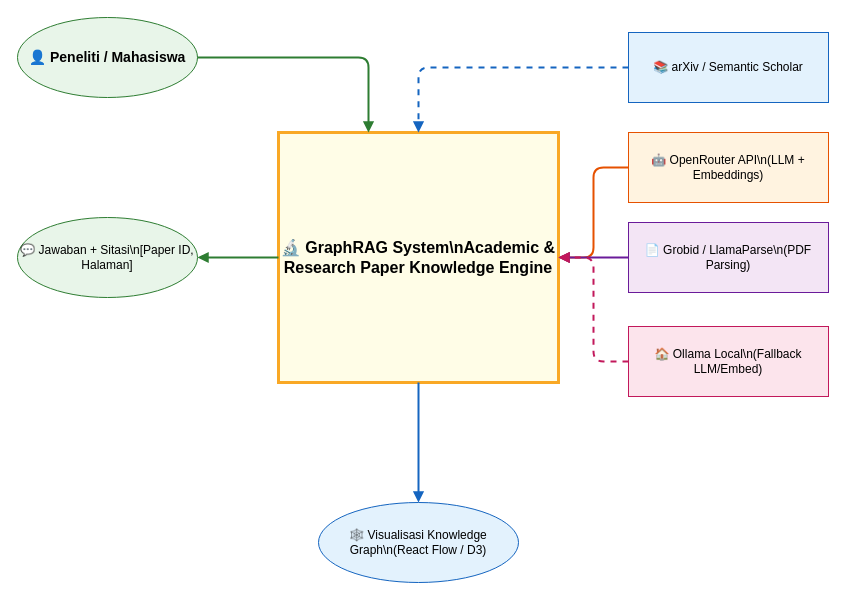
The draw.io diagram page "System Context Diagram" (1 of 4) of Capstone-Drawings-Rapi.drawio in wagi1922/Academic-Research-Paper-GraphRAG, before the edit. Source tidied: cells renumbered, new cells numbered last; positions are measured from the earlier drawing's top-left corner, leaving out a move shared by most shapes. Both pictures are drawn from the tidied source at 100%, with x=0, y=0 at pixel (17, 17).
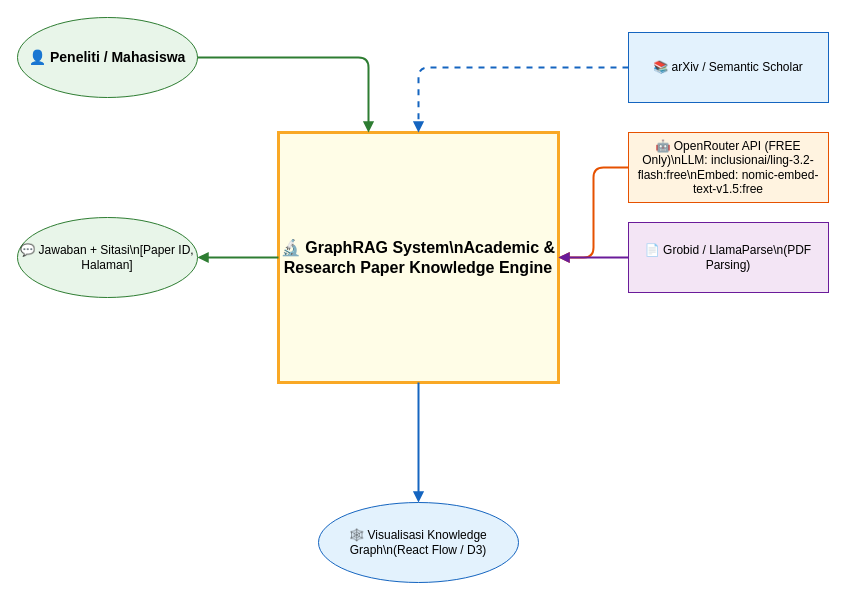
The same page after the edit.

Change to the diagram source:
```diff
@@
 <mxGraphModel>
   <root>
     <mxCell id="0" />
     <mxCell id="1" parent="0" />
     <mxCell id="2" value="👤 Peneliti / Mahasiswa" style="shape=ellipse;whiteSpace=wrap;html=1;fillColor=#E8F5E9;strokeColor=#2E7D32;fontSize=14;fontStyle=1;" parent="1" vertex="1">
       <mxGeometry width="180" height="80" as="geometry" />
     </mxCell>
     <mxCell id="3" value="📚 arXiv / Semantic Scholar" style="shape=rectangle;whiteSpace=wrap;html=1;fillColor=#E3F2FD;strokeColor=#1565C0;fontSize=12;" parent="1" vertex="1">
       <mxGeometry x="611" y="15" width="200" height="70" as="geometry" />
     </mxCell>
-    <mxCell id="4" value="🤖 OpenRouter API\n(LLM + Embeddings)" style="shape=rectangle;whiteSpace=wrap;html=1;fillColor=#FFF3E0;strokeColor=#E65100;fontSize=12;" parent="1" vertex="1">
+    <mxCell id="4" value="🤖 OpenRouter API (FREE Only)\nLLM: inclusionai/ling-3.2-flash:free\nEmbed: nomic-embed-text-v1.5:free" style="shape=rectangle;whiteSpace=wrap;html=1;fillColor=#FFF3E0;strokeColor=#E65100;fontSize=12;" parent="1" vertex="1">
       <mxGeometry x="611" y="115" width="200" height="70" as="geometry" />
     </mxCell>
     <mxCell id="5" value="📄 Grobid / LlamaParse\n(PDF Parsing)" style="shape=rectangle;whiteSpace=wrap;html=1;fillColor=#F3E5F5;strokeColor=#6A1B9A;fontSize=12;" parent="1" vertex="1">
       <mxGeometry x="611" y="205" width="200" height="70" as="geometry" />
     </mxCell>
-    <mxCell id="6" value="🏠 Ollama Local\n(Fallback LLM/Embed)" style="shape=rectangle;whiteSpace=wrap;html=1;fillColor=#FCE4EC;strokeColor=#C2185B;fontSize=12;" parent="1" vertex="1">
-      <mxGeometry x="611" y="309" width="200" height="70" as="geometry" />
-    </mxCell>
     <mxCell id="7" value="🔬 GraphRAG System\nAcademic &amp; Research Paper Knowledge Engine" style="shape=rectangle;whiteSpace=wrap;html=1;fillColor=#FFFDE7;strokeColor=#F9A825;fontSize=16;fontStyle=1;strokeWidth=3;" parent="1" vertex="1">
       <mxGeometry x="261" y="115" width="280" height="250" as="geometry" />
     </mxCell>
     <mxCell id="8" value="💬 Jawaban + Sitasi\n[Paper ID, Halaman]" style="shape=ellipse;whiteSpace=wrap;html=1;fillColor=#E8F5E9;strokeColor=#2E7D32;fontSize=12;" parent="1" vertex="1">
       <mxGeometry y="200" width="180" height="80" as="geometry" />
     </mxCell>
     <mxCell id="9" value="🕸️ Visualisasi Knowledge Graph\n(React Flow / D3)" style="shape=ellipse;whiteSpace=wrap;html=1;fillColor=#E3F2FD;strokeColor=#1565C0;fontSize=12;" parent="1" vertex="1">
       <mxGeometry x="301" y="485" width="200" height="80" as="geometry" />
     </mxCell>
     <mxCell id="10" style="edgeStyle=orthogonalEdgeStyle;rounded=1;jettySize=auto;html=1;strokeColor=#2E7D32;strokeWidth=2;endArrow=block;" parent="1" edge="1" source="2" target="7">
       <mxGeometry x="0.21" relative="1" as="geometry">
         <Array as="points">
           <mxPoint x="351" y="40" />
         </Array>
       </mxGeometry>
     </mxCell>
     <mxCell id="11" style="edgeStyle=orthogonalEdgeStyle;rounded=1;jettySize=auto;html=1;strokeColor=#1565C0;strokeWidth=2;endArrow=block;dashed=1;" parent="1" edge="1" source="3" target="7">
       <mxGeometry relative="1" as="geometry" />
     </mxCell>
     <mxCell id="12" style="edgeStyle=orthogonalEdgeStyle;rounded=1;jettySize=auto;html=1;strokeColor=#E65100;strokeWidth=2;endArrow=block;" parent="1" edge="1" source="4" target="7">
       <mxGeometry relative="1" as="geometry" />
     </mxCell>
     <mxCell id="13" style="edgeStyle=orthogonalEdgeStyle;rounded=1;jettySize=auto;html=1;strokeColor=#6A1B9A;strokeWidth=2;endArrow=block;" parent="1" edge="1" source="5" target="7">
       <mxGeometry relative="1" as="geometry" />
     </mxCell>
-    <mxCell id="14" style="edgeStyle=orthogonalEdgeStyle;rounded=1;jettySize=auto;html=1;strokeColor=#C2185B;strokeWidth=2;endArrow=block;dashed=1;" parent="1" edge="1" source="6" target="7">
-      <mxGeometry relative="1" as="geometry" />
-    </mxCell>
     <mxCell id="15" style="edgeStyle=orthogonalEdgeStyle;rounded=1;jettySize=auto;html=1;strokeColor=#2E7D32;strokeWidth=2;endArrow=block;" parent="1" edge="1" source="7" target="8">
       <mxGeometry relative="1" as="geometry" />
     </mxCell>
     <mxCell id="16" style="edgeStyle=orthogonalEdgeStyle;rounded=1;jettySize=auto;html=1;strokeColor=#1565C0;strokeWidth=2;endArrow=block;" parent="1" edge="1" source="7" target="9">
       <mxGeometry relative="1" as="geometry" />
     </mxCell>
   </root>
 </mxGraphModel>
```
